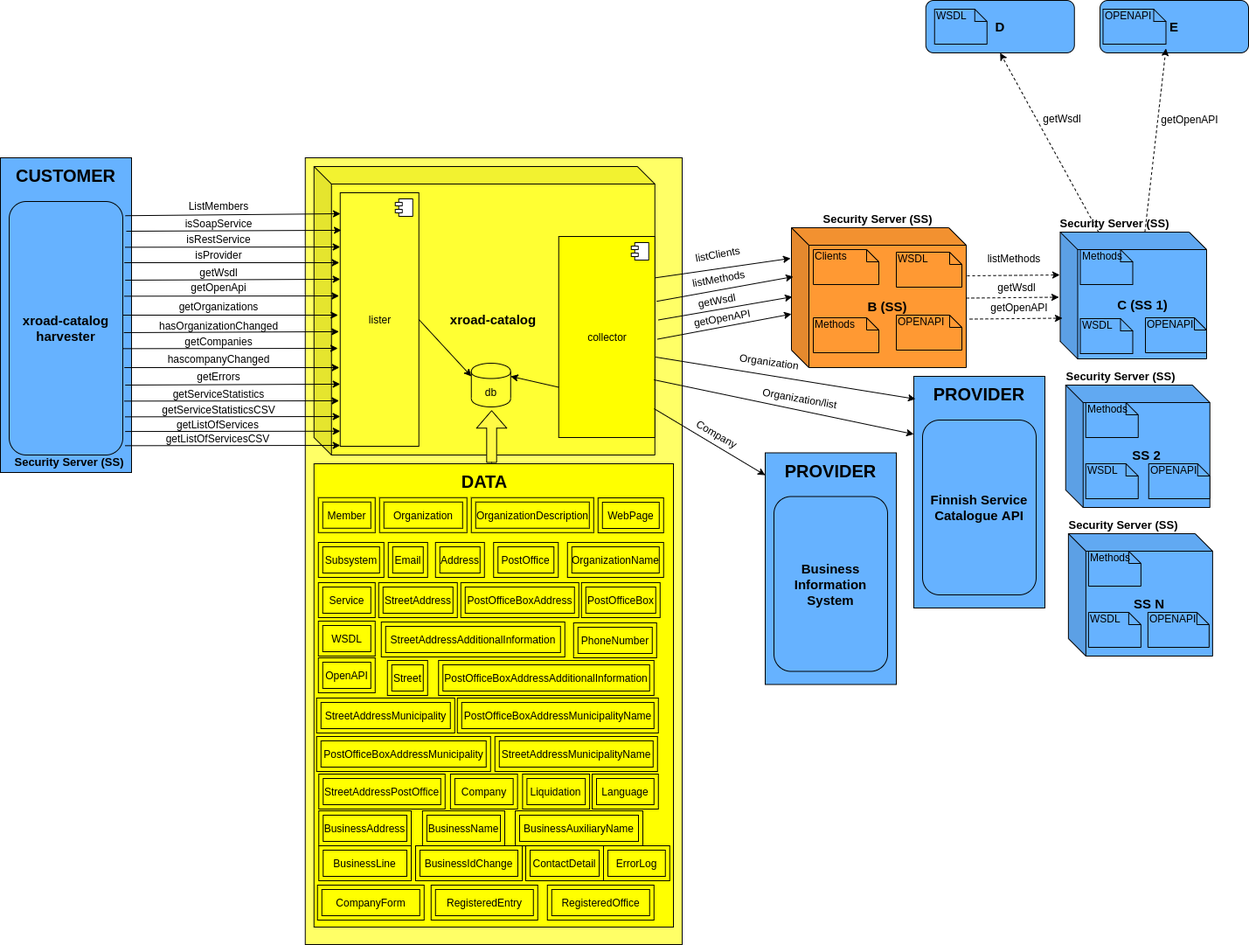
Before: architecture.png, a diagram exported from draw.io (vrk-kpa/xroad-catalog). Source tidied: cells renumbered, new cells last; positions are measured from the earlier drawing's top-left corner, leaving out a move shared by most shapes.
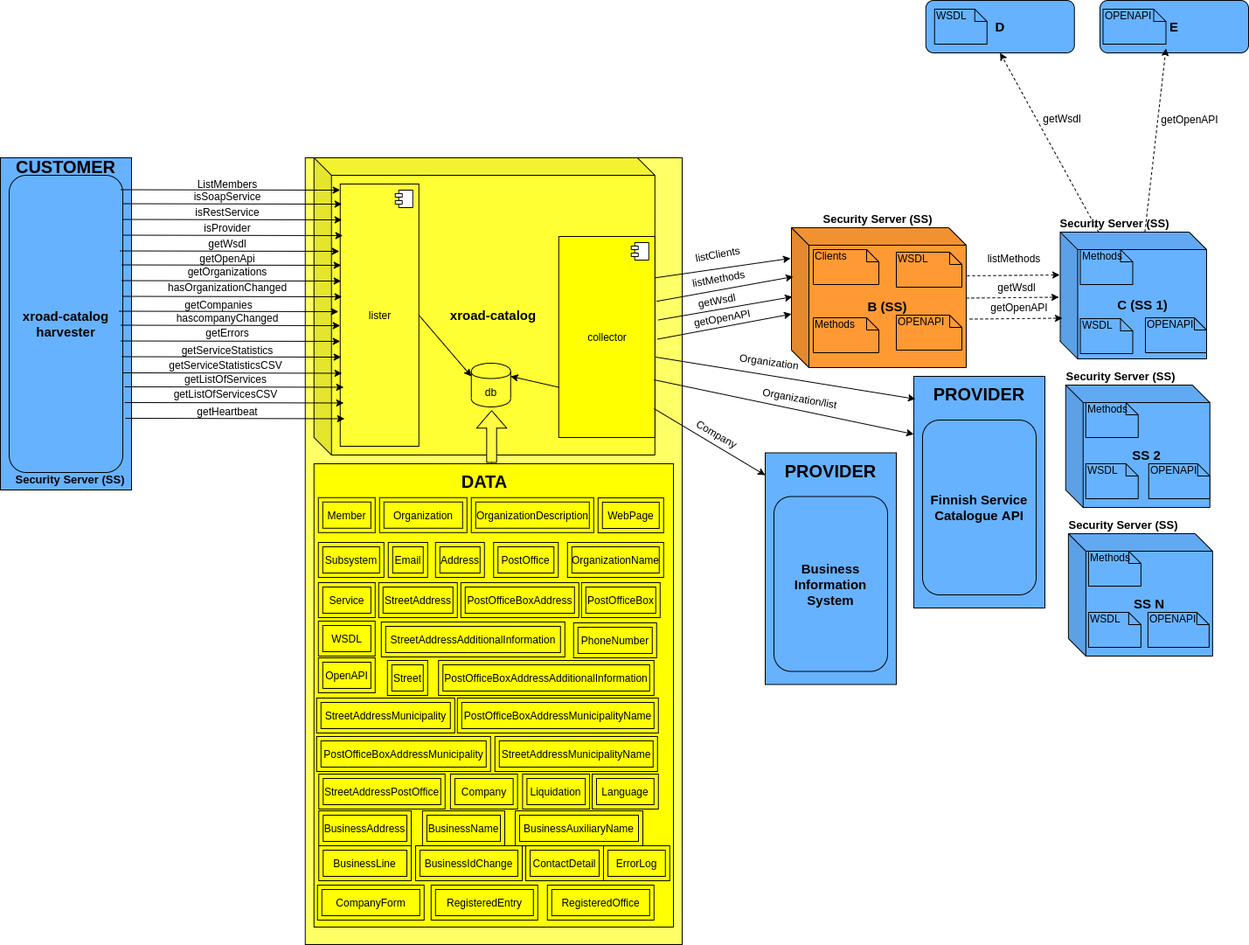
The same file after the commit.

Change to the diagram source:
```diff
@@ -110,10 +110,10 @@
       <mxGeometry x="348.8" y="180" width="431.2" height="900" as="geometry" />
     </mxCell>
     <mxCell id="35" style="rounded=0;whiteSpace=wrap;html=1;fillColor=#66B2FF;fontSize=20;" parent="1" vertex="1">
-      <mxGeometry y="180" width="150" height="360" as="geometry" />
+      <mxGeometry y="180" width="150" height="380" as="geometry" />
     </mxCell>
     <mxCell id="36" value="xroad-catalog harvester" style="rounded=1;whiteSpace=wrap;html=1;fontSize=15;fontStyle=1;fillColor=#66B2FF;" parent="1" vertex="1">
-      <mxGeometry x="10" y="230" width="130" height="290" as="geometry" />
+      <mxGeometry x="10" y="200" width="130" height="340" as="geometry" />
     </mxCell>
     <mxCell id="37" style="endArrow=classic;html=1;entryX=-0.005;entryY=0.219;entryDx=0;entryDy=0;entryPerimeter=0;exitX=1;exitY=0.206;exitDx=0;exitDy=0;exitPerimeter=0;" parent="1" edge="1" source="46" target="2">
       <mxGeometry relative="1" as="geometry" />
@@ -122,22 +122,22 @@
       <mxGeometry x="801" y="280" width="40" height="20" as="geometry" />
     </mxCell>
     <mxCell id="39" value="ListMembers" style="text;html=1;strokeColor=none;fillColor=none;align=center;verticalAlign=middle;whiteSpace=wrap;rounded=0;rotation=0;" parent="1" vertex="1">
-      <mxGeometry x="230" y="225" width="40" height="20" as="geometry" />
+      <mxGeometry x="240" y="200" width="40" height="20" as="geometry" />
     </mxCell>
     <mxCell id="40" value="&lt;b style=&quot;font-size: 20px&quot;&gt;CUSTOMER&lt;/b&gt;" style="text;html=1;strokeColor=none;fillColor=none;align=center;verticalAlign=middle;whiteSpace=wrap;rounded=0;fontSize=20;" parent="1" vertex="1">
-      <mxGeometry x="40" y="190" width="70" height="20" as="geometry" />
+      <mxGeometry x="40" y="180" width="70" height="20" as="geometry" />
     </mxCell>
     <mxCell id="41" value="DATA" style="text;html=1;strokeColor=none;fillColor=none;align=center;verticalAlign=middle;whiteSpace=wrap;rounded=0;fontSize=20;fontStyle=1;direction=west;flipV=0;rotation=0;" parent="1" vertex="1">
       <mxGeometry x="418.8" y="545" width="40" height="20" as="geometry" />
     </mxCell>
     <mxCell id="42" value="&lt;b style=&quot;font-size: 13px;&quot;&gt;Security Server (SS)&lt;/b&gt;" style="text;html=1;strokeColor=none;fillColor=none;align=center;verticalAlign=middle;whiteSpace=wrap;rounded=0;fontSize=13;" parent="1" vertex="1">
-      <mxGeometry x="10" y="520" width="137.5" height="15" as="geometry" />
+      <mxGeometry x="11" y="540" width="137.5" height="15" as="geometry" />
     </mxCell>
     <mxCell id="43" value="xroad-catalog" style="shape=cube;whiteSpace=wrap;html=1;boundedLbl=1;backgroundOutline=1;darkOpacity=0.05;darkOpacity2=0.1;fillColor=#FFFF33;fontSize=15;fontStyle=1;" parent="1" vertex="1">
-      <mxGeometry x="358.8" y="190" width="390" height="330" as="geometry" />
+      <mxGeometry x="358.8" y="180" width="390" height="340" as="geometry" />
     </mxCell>
     <mxCell id="44" value="lister" style="html=1;fillColor=#FFFF33;" parent="1" vertex="1">
-      <mxGeometry x="388.8" y="220" width="90" height="290" as="geometry" />
+      <mxGeometry x="388.8" y="210" width="90" height="300" as="geometry" />
     </mxCell>
     <mxCell id="45" style="shape=component;jettyWidth=8;jettyHeight=4;" parent="44" vertex="1">
       <mxGeometry x="1" width="20" height="20" relative="1" as="geometry">
@@ -158,9 +158,10 @@
     <mxCell id="49" style="endArrow=classic;html=1;exitX=1;exitY=0.5;exitDx=0;exitDy=0;entryX=0;entryY=0.3;entryDx=0;entryDy=0;" parent="1" edge="1" source="44" target="48">
       <mxGeometry relative="1" as="geometry" />
     </mxCell>
-    <mxCell id="50" style="endArrow=classic;html=1;exitX=1.023;exitY=0.056;exitDx=0;exitDy=0;exitPerimeter=0;" parent="1" edge="1" source="36">
+    <mxCell id="50" style="endArrow=classic;html=1;exitX=0.985;exitY=0.028;exitDx=0;exitDy=0;exitPerimeter=0;entryX=0;entryY=0;entryDx=0;entryDy=0;" parent="1" edge="1">
       <mxGeometry relative="1" as="geometry">
-        <mxPoint x="389" y="244" as="targetPoint" />
+        <mxPoint x="138.1" y="216.5" as="sourcePoint" />
+        <mxPoint x="388.8" y="217" as="targetPoint" />
       </mxGeometry>
     </mxCell>
     <mxCell id="51" style="endArrow=classic;html=1;entryX=1;entryY=0.3;entryDx=0;entryDy=0;exitX=0;exitY=0.75;exitDx=0;exitDy=0;" parent="1" edge="1" source="46" target="48">
@@ -362,130 +363,140 @@
     <mxCell id="112" value="ErrorLog" style="shape=ext;margin=3;double=1;whiteSpace=wrap;html=1;align=center;fillColor=#FFFF00;" parent="1" vertex="1">
       <mxGeometry x="690" y="967" width="75.8" height="40" as="geometry" />
     </mxCell>
-    <mxCell id="113" style="endArrow=classic;html=1;exitX=1.023;exitY=0.056;exitDx=0;exitDy=0;entryX=0.014;entryY=0.148;entryDx=0;entryDy=0;entryPerimeter=0;exitPerimeter=0;" parent="1" edge="1" target="44">
-      <mxGeometry relative="1" as="geometry">
-        <mxPoint x="144" y="264" as="sourcePoint" />
-      </mxGeometry>
-    </mxCell>
-    <mxCell id="114" style="endArrow=classic;html=1;exitX=1.023;exitY=0.056;exitDx=0;exitDy=0;exitPerimeter=0;" parent="1" edge="1">
-      <mxGeometry relative="1" as="geometry">
-        <mxPoint x="142.7" y="282.3" as="sourcePoint" />
-        <mxPoint x="388.8" y="282" as="targetPoint" />
-      </mxGeometry>
-    </mxCell>
-    <mxCell id="115" style="endArrow=classic;html=1;exitX=1.023;exitY=0.056;exitDx=0;exitDy=0;exitPerimeter=0;" parent="1" edge="1">
-      <mxGeometry relative="1" as="geometry">
-        <mxPoint x="141.7" y="300" as="sourcePoint" />
-        <mxPoint x="387.7" y="300" as="targetPoint" />
-      </mxGeometry>
-    </mxCell>
-    <mxCell id="116" style="endArrow=classic;html=1;exitX=1.023;exitY=0.056;exitDx=0;exitDy=0;entryX=0.014;entryY=0.148;entryDx=0;entryDy=0;entryPerimeter=0;exitPerimeter=0;" parent="1" edge="1">
-      <mxGeometry relative="1" as="geometry">
-        <mxPoint x="142.7" y="320" as="sourcePoint" />
-        <mxPoint x="388.8" y="318.9" as="targetPoint" />
-      </mxGeometry>
-    </mxCell>
-    <mxCell id="117" style="endArrow=classic;html=1;exitX=1.023;exitY=0.056;exitDx=0;exitDy=0;exitPerimeter=0;" parent="1" edge="1">
-      <mxGeometry relative="1" as="geometry">
-        <mxPoint x="141.5" y="338.3" as="sourcePoint" />
-        <mxPoint x="387.5" y="338" as="targetPoint" />
-      </mxGeometry>
-    </mxCell>
-    <mxCell id="118" style="endArrow=classic;html=1;exitX=1.023;exitY=0.056;exitDx=0;exitDy=0;exitPerimeter=0;" parent="1" edge="1">
-      <mxGeometry relative="1" as="geometry">
-        <mxPoint x="140.2" y="360" as="sourcePoint" />
-        <mxPoint x="386.2" y="360" as="targetPoint" />
-      </mxGeometry>
-    </mxCell>
-    <mxCell id="119" style="endArrow=classic;html=1;exitX=1.023;exitY=0.056;exitDx=0;exitDy=0;entryX=0.014;entryY=0.148;entryDx=0;entryDy=0;entryPerimeter=0;exitPerimeter=0;" parent="1" edge="1">
-      <mxGeometry relative="1" as="geometry">
-        <mxPoint x="141.2" y="380" as="sourcePoint" />
-        <mxPoint x="387.3" y="378.9" as="targetPoint" />
-      </mxGeometry>
-    </mxCell>
-    <mxCell id="120" style="endArrow=classic;html=1;exitX=1.023;exitY=0.056;exitDx=0;exitDy=0;exitPerimeter=0;" parent="1" edge="1">
-      <mxGeometry relative="1" as="geometry">
-        <mxPoint x="140" y="398.3" as="sourcePoint" />
-        <mxPoint x="386" y="398" as="targetPoint" />
-      </mxGeometry>
-    </mxCell>
-    <mxCell id="121" style="endArrow=classic;html=1;exitX=1.023;exitY=0.056;exitDx=0;exitDy=0;exitPerimeter=0;" parent="1" edge="1">
-      <mxGeometry relative="1" as="geometry">
-        <mxPoint x="141.7" y="420" as="sourcePoint" />
-        <mxPoint x="387.7" y="420" as="targetPoint" />
-      </mxGeometry>
-    </mxCell>
-    <mxCell id="122" style="endArrow=classic;html=1;exitX=1.023;exitY=0.056;exitDx=0;exitDy=0;entryX=0.014;entryY=0.148;entryDx=0;entryDy=0;entryPerimeter=0;exitPerimeter=0;" parent="1" edge="1">
-      <mxGeometry relative="1" as="geometry">
-        <mxPoint x="142.7" y="440" as="sourcePoint" />
-        <mxPoint x="388.8" y="438.9" as="targetPoint" />
-      </mxGeometry>
-    </mxCell>
-    <mxCell id="123" style="endArrow=classic;html=1;exitX=1.023;exitY=0.056;exitDx=0;exitDy=0;exitPerimeter=0;" parent="1" edge="1">
-      <mxGeometry relative="1" as="geometry">
-        <mxPoint x="141.5" y="458.3" as="sourcePoint" />
-        <mxPoint x="387.5" y="458" as="targetPoint" />
-      </mxGeometry>
-    </mxCell>
     <mxCell id="124" value="isSoapService" style="text;html=1;strokeColor=none;fillColor=none;align=center;verticalAlign=middle;whiteSpace=wrap;rounded=0;rotation=0;" parent="1" vertex="1">
-      <mxGeometry x="230" y="245" width="40" height="20" as="geometry" />
+      <mxGeometry x="240" y="214" width="40" height="20" as="geometry" />
     </mxCell>
     <mxCell id="125" value="isRestService" style="text;html=1;strokeColor=none;fillColor=none;align=center;verticalAlign=middle;whiteSpace=wrap;rounded=0;rotation=0;" parent="1" vertex="1">
-      <mxGeometry x="230" y="263" width="40" height="20" as="geometry" />
+      <mxGeometry x="240" y="232" width="40" height="20" as="geometry" />
     </mxCell>
     <mxCell id="126" value="isProvider" style="text;html=1;strokeColor=none;fillColor=none;align=center;verticalAlign=middle;whiteSpace=wrap;rounded=0;rotation=0;" parent="1" vertex="1">
-      <mxGeometry x="230" y="281" width="40" height="20" as="geometry" />
+      <mxGeometry x="240" y="250" width="40" height="20" as="geometry" />
     </mxCell>
     <mxCell id="127" value="getWsdl" style="text;html=1;strokeColor=none;fillColor=none;align=center;verticalAlign=middle;whiteSpace=wrap;rounded=0;rotation=0;" parent="1" vertex="1">
-      <mxGeometry x="230" y="301" width="40" height="20" as="geometry" />
+      <mxGeometry x="240" y="268" width="40" height="20" as="geometry" />
     </mxCell>
     <mxCell id="128" value="getOpenApi" style="text;html=1;strokeColor=none;fillColor=none;align=center;verticalAlign=middle;whiteSpace=wrap;rounded=0;rotation=0;" parent="1" vertex="1">
-      <mxGeometry x="230" y="318" width="40" height="20" as="geometry" />
+      <mxGeometry x="240" y="285" width="40" height="20" as="geometry" />
     </mxCell>
     <mxCell id="129" value="getOrganizations" style="text;html=1;strokeColor=none;fillColor=none;align=center;verticalAlign=middle;whiteSpace=wrap;rounded=0;rotation=0;" parent="1" vertex="1">
-      <mxGeometry x="230" y="340" width="40" height="20" as="geometry" />
+      <mxGeometry x="240" y="300" width="40" height="20" as="geometry" />
     </mxCell>
     <mxCell id="130" value="hasOrganizationChanged" style="text;html=1;strokeColor=none;fillColor=none;align=center;verticalAlign=middle;whiteSpace=wrap;rounded=0;rotation=0;" parent="1" vertex="1">
-      <mxGeometry x="230" y="362" width="40" height="20" as="geometry" />
+      <mxGeometry x="240" y="318" width="40" height="20" as="geometry" />
     </mxCell>
     <mxCell id="131" value="getCompanies" style="text;html=1;strokeColor=none;fillColor=none;align=center;verticalAlign=middle;whiteSpace=wrap;rounded=0;rotation=0;" parent="1" vertex="1">
-      <mxGeometry x="230" y="380" width="40" height="20" as="geometry" />
+      <mxGeometry x="230" y="338" width="40" height="20" as="geometry" />
     </mxCell>
     <mxCell id="132" value="hascompanyChanged" style="text;html=1;strokeColor=none;fillColor=none;align=center;verticalAlign=middle;whiteSpace=wrap;rounded=0;rotation=0;" parent="1" vertex="1">
-      <mxGeometry x="230" y="400" width="40" height="20" as="geometry" />
+      <mxGeometry x="240" y="353" width="40" height="20" as="geometry" />
     </mxCell>
     <mxCell id="133" value="getErrors" style="text;html=1;strokeColor=none;fillColor=none;align=center;verticalAlign=middle;whiteSpace=wrap;rounded=0;rotation=0;" parent="1" vertex="1">
-      <mxGeometry x="230" y="420" width="40" height="20" as="geometry" />
+      <mxGeometry x="240" y="370" width="40" height="20" as="geometry" />
     </mxCell>
     <mxCell id="134" value="getServiceStatistics" style="text;html=1;strokeColor=none;fillColor=none;align=center;verticalAlign=middle;whiteSpace=wrap;rounded=0;rotation=0;" parent="1" vertex="1">
-      <mxGeometry x="230" y="440" width="40" height="20" as="geometry" />
+      <mxGeometry x="240" y="390" width="40" height="20" as="geometry" />
     </mxCell>
-    <mxCell id="135" style="endArrow=classic;html=1;exitX=1.023;exitY=0.056;exitDx=0;exitDy=0;exitPerimeter=0;" parent="1" edge="1">
-      <mxGeometry relative="1" as="geometry">
-        <mxPoint x="142.7" y="476.3" as="sourcePoint" />
-        <mxPoint x="388.7" y="476" as="targetPoint" />
-      </mxGeometry>
-    </mxCell>
-    <mxCell id="136" style="endArrow=classic;html=1;exitX=1.023;exitY=0.056;exitDx=0;exitDy=0;exitPerimeter=0;" parent="1" edge="1">
-      <mxGeometry relative="1" as="geometry">
-        <mxPoint x="142.7" y="493.1" as="sourcePoint" />
-        <mxPoint x="388.7" y="492.8" as="targetPoint" />
-      </mxGeometry>
-    </mxCell>
-    <mxCell id="137" style="endArrow=classic;html=1;exitX=1.023;exitY=0.056;exitDx=0;exitDy=0;exitPerimeter=0;" parent="1" edge="1">
-      <mxGeometry relative="1" as="geometry">
-        <mxPoint x="142.7" y="509.3" as="sourcePoint" />
-        <mxPoint x="388.7" y="509" as="targetPoint" />
-      </mxGeometry>
-    </mxCell>
     <mxCell id="138" value="getServiceStatisticsCSV" style="text;html=1;strokeColor=none;fillColor=none;align=center;verticalAlign=middle;whiteSpace=wrap;rounded=0;rotation=0;" parent="1" vertex="1">
-      <mxGeometry x="230" y="458" width="40" height="20" as="geometry" />
+      <mxGeometry x="238" y="407" width="40" height="20" as="geometry" />
     </mxCell>
     <mxCell id="139" value="getListOfServices" style="text;html=1;strokeColor=none;fillColor=none;align=center;verticalAlign=middle;whiteSpace=wrap;rounded=0;rotation=0;" parent="1" vertex="1">
-      <mxGeometry x="229" y="475" width="40" height="20" as="geometry" />
+      <mxGeometry x="238" y="423" width="40" height="20" as="geometry" />
     </mxCell>
     <mxCell id="140" value="getListOfServicesCSV" style="text;html=1;strokeColor=none;fillColor=none;align=center;verticalAlign=middle;whiteSpace=wrap;rounded=0;rotation=0;" parent="1" vertex="1">
-      <mxGeometry x="229" y="491" width="40" height="20" as="geometry" />
+      <mxGeometry x="238" y="440" width="40" height="20" as="geometry" />
     </mxCell>
+    <mxCell id="141" style="endArrow=classic;html=1;exitX=0.985;exitY=0.028;exitDx=0;exitDy=0;exitPerimeter=0;entryX=0;entryY=0;entryDx=0;entryDy=0;" parent="1" edge="1">
+      <mxGeometry relative="1" as="geometry">
+        <mxPoint x="140.1" y="232.5" as="sourcePoint" />
+        <mxPoint x="390.8" y="233" as="targetPoint" />
+      </mxGeometry>
+    </mxCell>
+    <mxCell id="142" style="endArrow=classic;html=1;exitX=0.985;exitY=0.028;exitDx=0;exitDy=0;exitPerimeter=0;entryX=0;entryY=0;entryDx=0;entryDy=0;" parent="1" edge="1">
+      <mxGeometry relative="1" as="geometry">
+        <mxPoint x="140.1" y="250.5" as="sourcePoint" />
+        <mxPoint x="390.8" y="251" as="targetPoint" />
+      </mxGeometry>
+    </mxCell>
+    <mxCell id="143" style="endArrow=classic;html=1;exitX=0.985;exitY=0.028;exitDx=0;exitDy=0;exitPerimeter=0;entryX=0;entryY=0;entryDx=0;entryDy=0;" parent="1" edge="1">
+      <mxGeometry relative="1" as="geometry">
+        <mxPoint x="141.1" y="268.5" as="sourcePoint" />
+        <mxPoint x="391.8" y="269" as="targetPoint" />
+      </mxGeometry>
+    </mxCell>
+    <mxCell id="144" style="endArrow=classic;html=1;exitX=0.985;exitY=0.028;exitDx=0;exitDy=0;exitPerimeter=0;entryX=0;entryY=0;entryDx=0;entryDy=0;" parent="1" edge="1">
+      <mxGeometry relative="1" as="geometry">
+        <mxPoint x="137.1" y="286.5" as="sourcePoint" />
+        <mxPoint x="387.8" y="287" as="targetPoint" />
+      </mxGeometry>
+    </mxCell>
+    <mxCell id="145" style="endArrow=classic;html=1;exitX=0.985;exitY=0.028;exitDx=0;exitDy=0;exitPerimeter=0;entryX=0;entryY=0;entryDx=0;entryDy=0;" parent="1" edge="1">
+      <mxGeometry relative="1" as="geometry">
+        <mxPoint x="139.1" y="302.5" as="sourcePoint" />
+        <mxPoint x="389.8" y="303" as="targetPoint" />
+      </mxGeometry>
+    </mxCell>
+    <mxCell id="146" style="endArrow=classic;html=1;exitX=0.985;exitY=0.028;exitDx=0;exitDy=0;exitPerimeter=0;entryX=0;entryY=0;entryDx=0;entryDy=0;" parent="1" edge="1">
+      <mxGeometry relative="1" as="geometry">
+        <mxPoint x="139.1" y="320.5" as="sourcePoint" />
+        <mxPoint x="389.8" y="321" as="targetPoint" />
+      </mxGeometry>
+    </mxCell>
+    <mxCell id="147" style="endArrow=classic;html=1;exitX=0.985;exitY=0.028;exitDx=0;exitDy=0;exitPerimeter=0;entryX=0;entryY=0;entryDx=0;entryDy=0;" parent="1" edge="1">
+      <mxGeometry relative="1" as="geometry">
+        <mxPoint x="140.1" y="338.5" as="sourcePoint" />
+        <mxPoint x="390.8" y="339" as="targetPoint" />
+      </mxGeometry>
+    </mxCell>
+    <mxCell id="148" style="endArrow=classic;html=1;exitX=0.985;exitY=0.028;exitDx=0;exitDy=0;exitPerimeter=0;entryX=0;entryY=0;entryDx=0;entryDy=0;" parent="1" edge="1">
+      <mxGeometry relative="1" as="geometry">
+        <mxPoint x="136.1" y="355.5" as="sourcePoint" />
+        <mxPoint x="386.8" y="356" as="targetPoint" />
+      </mxGeometry>
+    </mxCell>
+    <mxCell id="149" style="endArrow=classic;html=1;exitX=0.985;exitY=0.028;exitDx=0;exitDy=0;exitPerimeter=0;entryX=0;entryY=0;entryDx=0;entryDy=0;" parent="1" edge="1">
+      <mxGeometry relative="1" as="geometry">
+        <mxPoint x="138.1" y="371.5" as="sourcePoint" />
+        <mxPoint x="388.8" y="372" as="targetPoint" />
+      </mxGeometry>
+    </mxCell>
+    <mxCell id="150" style="endArrow=classic;html=1;exitX=0.985;exitY=0.028;exitDx=0;exitDy=0;exitPerimeter=0;entryX=0;entryY=0;entryDx=0;entryDy=0;" parent="1" edge="1">
+      <mxGeometry relative="1" as="geometry">
+        <mxPoint x="138.1" y="389.5" as="sourcePoint" />
+        <mxPoint x="388.8" y="390" as="targetPoint" />
+      </mxGeometry>
+    </mxCell>
+    <mxCell id="151" style="endArrow=classic;html=1;exitX=0.985;exitY=0.028;exitDx=0;exitDy=0;exitPerimeter=0;entryX=0;entryY=0;entryDx=0;entryDy=0;" parent="1" edge="1">
+      <mxGeometry relative="1" as="geometry">
+        <mxPoint x="139.1" y="407.5" as="sourcePoint" />
+        <mxPoint x="389.8" y="408" as="targetPoint" />
+      </mxGeometry>
+    </mxCell>
+    <mxCell id="152" style="endArrow=classic;html=1;exitX=0.985;exitY=0.028;exitDx=0;exitDy=0;exitPerimeter=0;entryX=0;entryY=0;entryDx=0;entryDy=0;" parent="1" edge="1">
+      <mxGeometry relative="1" as="geometry">
+        <mxPoint x="140" y="426" as="sourcePoint" />
+        <mxPoint x="390.7" y="426.5" as="targetPoint" />
+      </mxGeometry>
+    </mxCell>
+    <mxCell id="153" style="endArrow=classic;html=1;exitX=0.985;exitY=0.028;exitDx=0;exitDy=0;exitPerimeter=0;entryX=0;entryY=0;entryDx=0;entryDy=0;" parent="1" edge="1">
+      <mxGeometry relative="1" as="geometry">
+        <mxPoint x="142" y="442" as="sourcePoint" />
+        <mxPoint x="392.7" y="442.5" as="targetPoint" />
+      </mxGeometry>
+    </mxCell>
+    <mxCell id="154" style="endArrow=classic;html=1;exitX=0.985;exitY=0.028;exitDx=0;exitDy=0;exitPerimeter=0;entryX=0;entryY=0;entryDx=0;entryDy=0;" parent="1" edge="1">
+      <mxGeometry relative="1" as="geometry">
+        <mxPoint x="142" y="460" as="sourcePoint" />
+        <mxPoint x="392.7" y="460.5" as="targetPoint" />
+      </mxGeometry>
+    </mxCell>
+    <mxCell id="155" style="endArrow=classic;html=1;exitX=0.985;exitY=0.028;exitDx=0;exitDy=0;exitPerimeter=0;entryX=0;entryY=0;entryDx=0;entryDy=0;" parent="1" edge="1">
+      <mxGeometry relative="1" as="geometry">
+        <mxPoint x="143" y="478" as="sourcePoint" />
+        <mxPoint x="393.7" y="478.5" as="targetPoint" />
+      </mxGeometry>
+    </mxCell>
+    <mxCell id="156" value="getHeartbeat" style="text;html=1;strokeColor=none;fillColor=none;align=center;verticalAlign=middle;whiteSpace=wrap;rounded=0;rotation=0;" parent="1" vertex="1">
+      <mxGeometry x="240" y="460" width="40" height="20" as="geometry" />
+    </mxCell>
   </root>
 </mxGraphModel>
```
